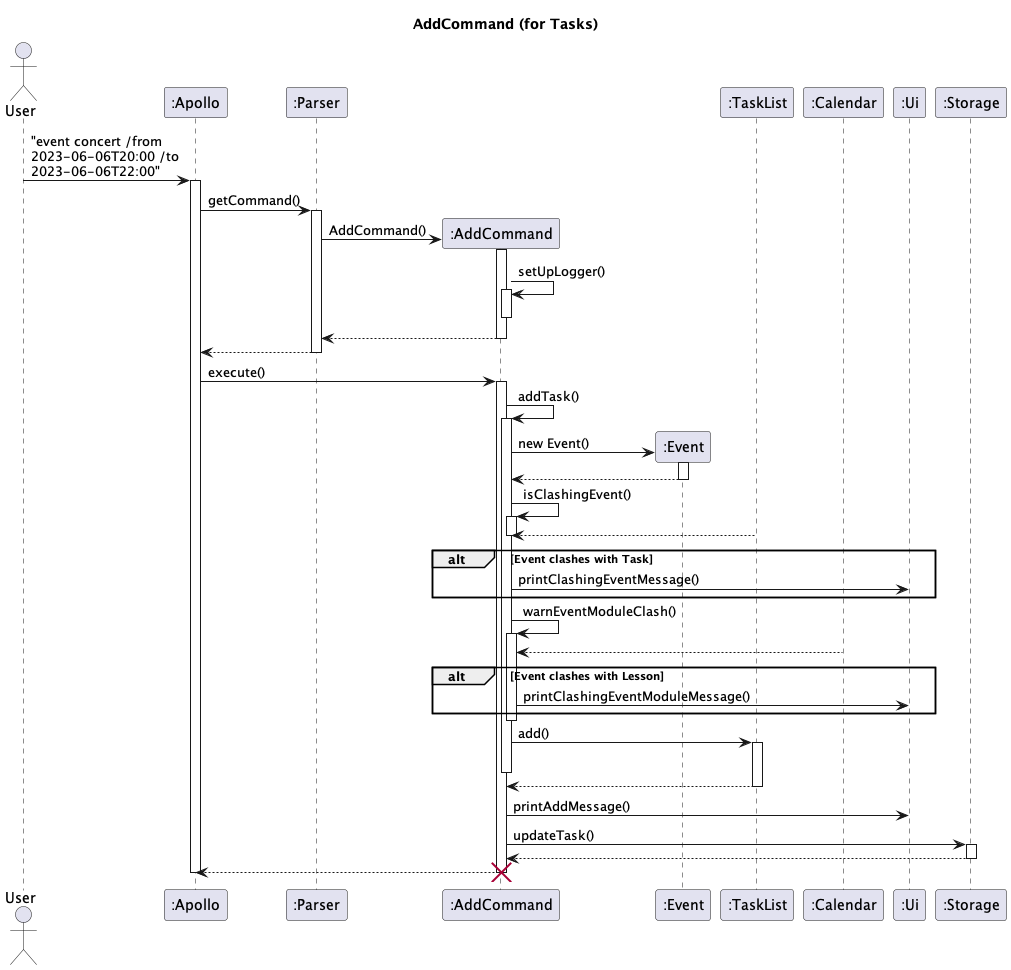
nus-cs2113-AY2223S2/tp keeps this PlantUML diagram as docs/uml-diagrams/AddCommand-AddCommand__for_Tasks_.png. Above is the earlier version.
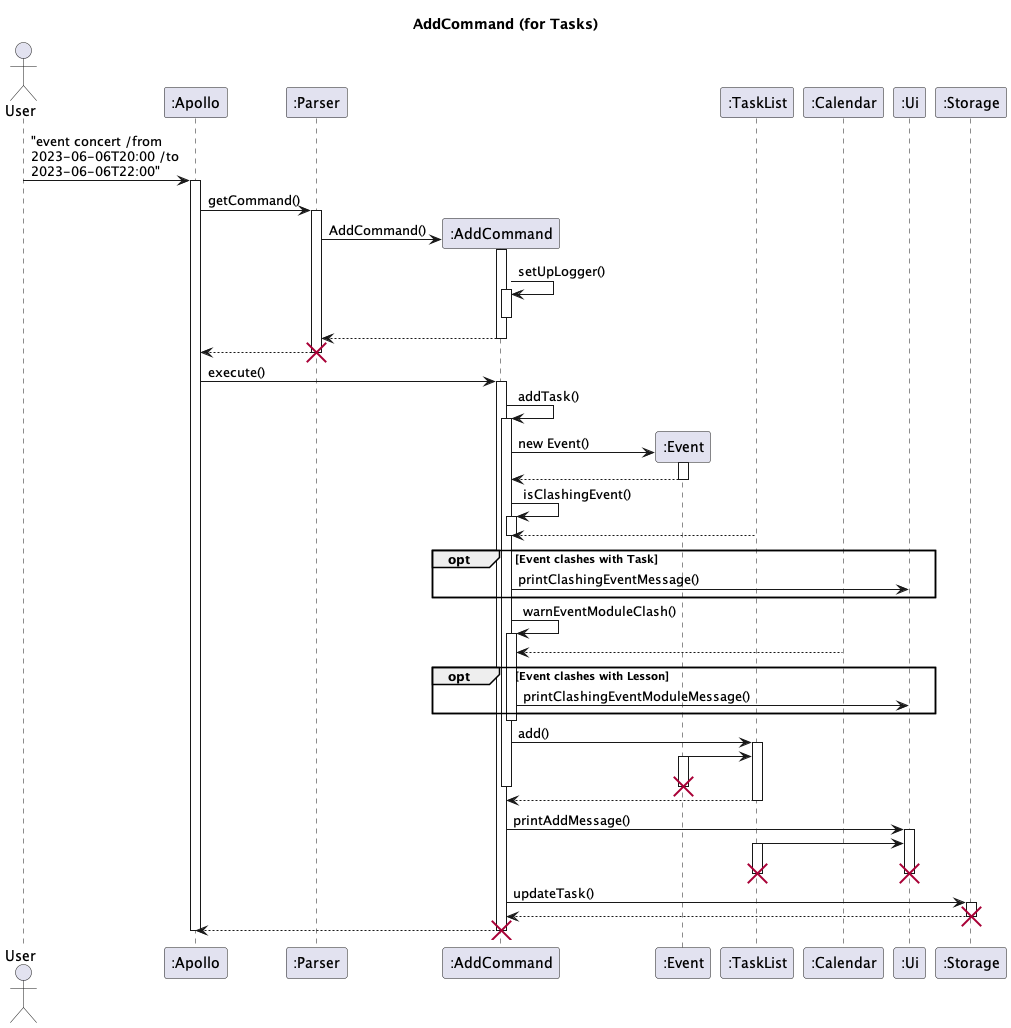
After the change.

Commit message:
Fix AddCommand seq diagram

The edit, as a diff of the source:
```diff
@@ -24,6 +24,7 @@
 add--
 return
 return
+destroy Parser
 
 Apollo -> add : execute()
 activate add
@@ -34,23 +35,32 @@
 add -> add++ : isClashingEvent()
 TaskList --> add
 add--
-alt Event clashes with Task
+opt Event clashes with Task
 add -> Ui : printClashingEventMessage()
 end
 add -> add++ : warnEventModuleClash()
 Calendar --> add
-alt Event clashes with Lesson
+opt Event clashes with Lesson
 add -> Ui : printClashingEventModuleMessage()
 end
 add--
 add -> TaskList++ : add()
+Event -> TaskList
+Event++
+destroy Event
 add--
 add <-- TaskList--
 
-add -> Ui : printAddMessage()
+
+add -> Ui++ : printAddMessage()
+TaskList -> Ui
+TaskList++
+destroy TaskList
+destroy Ui
 add -> Storage ++ : updateTask()
 return
-return
+destroy Storage
+add --> Apollo
 destroy add
 Apollo--
 @enduml
```
